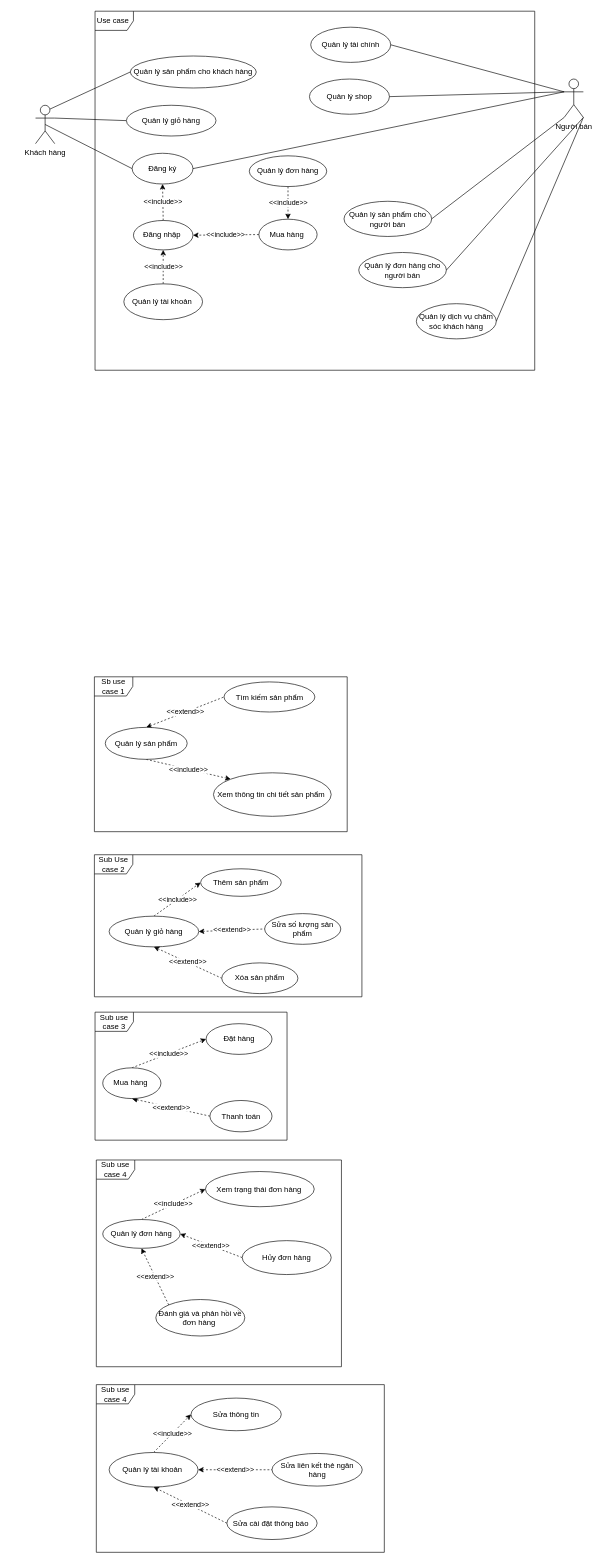
Earlier version of the draw.io diagram CMC/Nháp.drawio (tranthihuong-753/test). Source tidied: cells renumbered, new cells numbered last; positions are measured from the earlier drawing's top-left corner, leaving out a move shared by most shapes. Both pictures are drawn from the tidied source at 64%, with x=0, y=0 at pixel (35, 11).
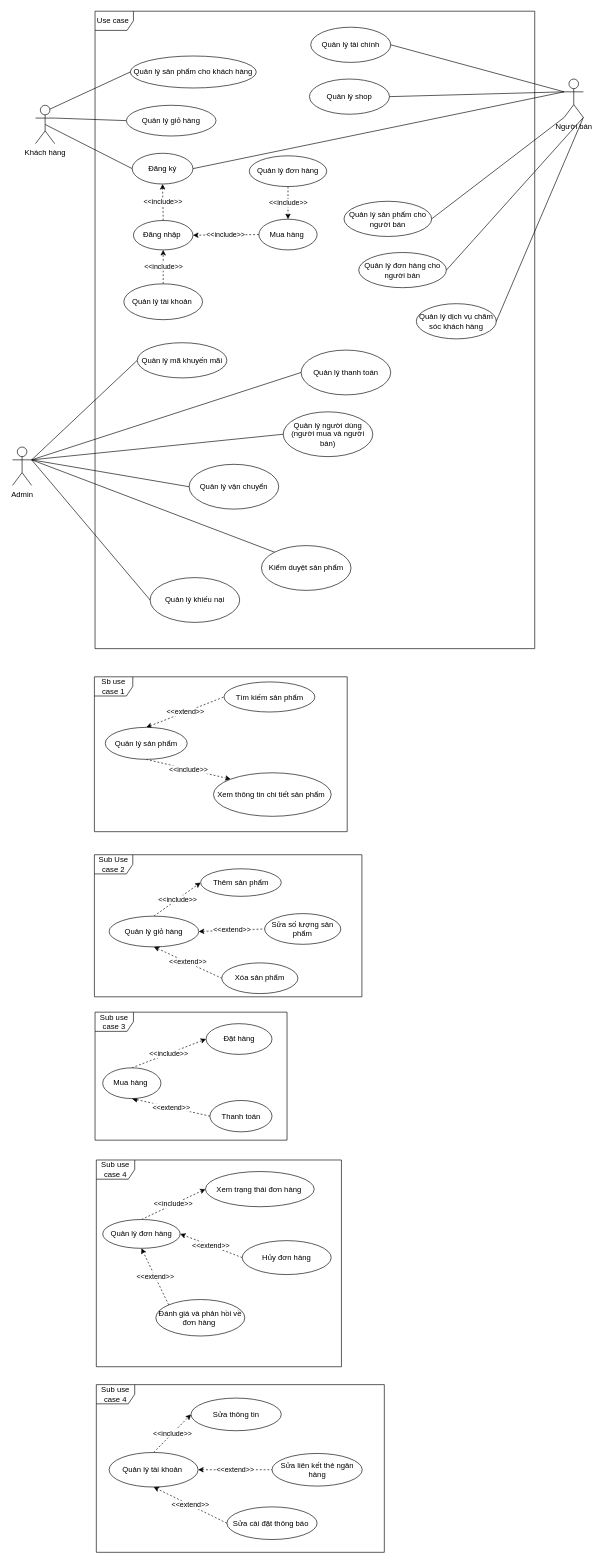
Above is the later version.

Commit message:
DACN use case

The edit, as a diff of the source:
```diff
@@
     <mxCell id="2" value="Use case&amp;nbsp;" style="shape=umlFrame;whiteSpace=wrap;html=1;" parent="1" vertex="1">
-      <mxGeometry x="93" width="687" height="561" as="geometry" />
+      <mxGeometry x="93" width="687" height="996" as="geometry" />
     </mxCell>
@@
+    <mxCell id="66" style="rounded=0;jettySize=auto;html=1;exitX=1;exitY=0.3333333333333333;exitDx=0;exitDy=0;exitPerimeter=0;entryX=0;entryY=0.5;entryDx=0;entryDy=0;endArrow=none;startFill=0;" parent="1" edge="1" source="67" target="68">
+      <mxGeometry relative="1" as="geometry" />
+    </mxCell>
+    <mxCell id="67" value="Admin" style="shape=umlActor;verticalLabelPosition=bottom;verticalAlign=top;html=1;" parent="1" vertex="1">
+      <mxGeometry x="-36" y="681" width="30" height="60" as="geometry" />
+    </mxCell>
+    <mxCell id="68" value="Quản lý mã khuyến mãi" style="ellipse;whiteSpace=wrap;html=1;" parent="1" vertex="1">
+      <mxGeometry x="159" y="518" width="140" height="55" as="geometry" />
+    </mxCell>
+    <mxCell id="69" value="Quản lý người dùng (người mua và người bán)" style="ellipse;whiteSpace=wrap;html=1;" parent="1" vertex="1">
+      <mxGeometry x="387" y="626" width="140" height="70" as="geometry" />
+    </mxCell>
+    <mxCell id="70" value="Kiểm duyệt sản phẩm" style="ellipse;whiteSpace=wrap;html=1;" parent="1" vertex="1">
+      <mxGeometry x="353" y="835" width="140" height="70" as="geometry" />
+    </mxCell>
+    <mxCell id="71" value="Quản lý thanh toán" style="ellipse;whiteSpace=wrap;html=1;" parent="1" vertex="1">
+      <mxGeometry x="415" y="529.5" width="140" height="70" as="geometry" />
+    </mxCell>
+    <mxCell id="72" value="Quản lý vận chuyển" style="ellipse;whiteSpace=wrap;html=1;" parent="1" vertex="1">
+      <mxGeometry x="240" y="708" width="140" height="70" as="geometry" />
+    </mxCell>
+    <mxCell id="73" value="Quản lý khiếu nại" style="ellipse;whiteSpace=wrap;html=1;" parent="1" vertex="1">
+      <mxGeometry x="179" y="885" width="140" height="70" as="geometry" />
+    </mxCell>
+    <mxCell id="74" style="rounded=0;jettySize=auto;html=1;exitX=1;exitY=0.3333333333333333;exitDx=0;exitDy=0;exitPerimeter=0;entryX=0;entryY=0.5;entryDx=0;entryDy=0;endArrow=none;startFill=0;" parent="1" edge="1" source="67" target="71">
+      <mxGeometry relative="1" as="geometry" />
+    </mxCell>
+    <mxCell id="75" style="rounded=0;jettySize=auto;html=1;exitX=1;exitY=0.3333333333333333;exitDx=0;exitDy=0;exitPerimeter=0;entryX=0;entryY=0.5;entryDx=0;entryDy=0;endArrow=none;startFill=0;" parent="1" edge="1" source="67" target="69">
+      <mxGeometry relative="1" as="geometry" />
+    </mxCell>
+    <mxCell id="76" style="rounded=0;jettySize=auto;html=1;exitX=1;exitY=0.3333333333333333;exitDx=0;exitDy=0;exitPerimeter=0;entryX=0;entryY=0.5;entryDx=0;entryDy=0;endArrow=none;startFill=0;" parent="1" edge="1" source="67" target="72">
+      <mxGeometry relative="1" as="geometry" />
+    </mxCell>
+    <mxCell id="77" style="rounded=0;jettySize=auto;html=1;exitX=1;exitY=0.3333333333333333;exitDx=0;exitDy=0;exitPerimeter=0;entryX=0;entryY=0;entryDx=0;entryDy=0;endArrow=none;startFill=0;" parent="1" edge="1" source="67" target="70">
+      <mxGeometry relative="1" as="geometry" />
+    </mxCell>
+    <mxCell id="78" style="rounded=0;jettySize=auto;html=1;exitX=1;exitY=0.3333333333333333;exitDx=0;exitDy=0;exitPerimeter=0;entryX=0;entryY=0.5;entryDx=0;entryDy=0;endArrow=none;startFill=0;" parent="1" edge="1" source="67" target="73">
+      <mxGeometry relative="1" as="geometry" />
+    </mxCell>
```
